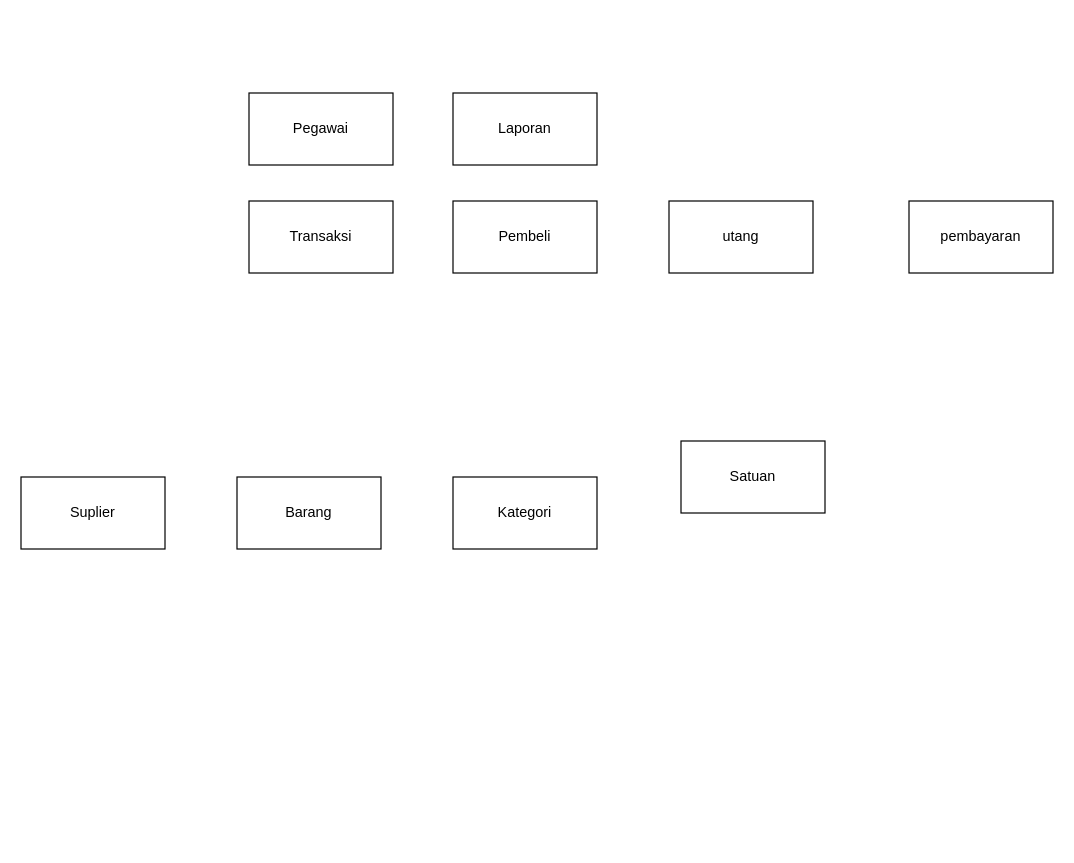
Earlier version of the draw.io diagram Untitled Diagram.drawio (exceldeo/tugas-sbd-d-fp). Source tidied: cells renumbered, new cells numbered last; positions are measured from the earlier drawing's top-left corner, leaving out a move shared by most shapes. Both pictures are drawn from the tidied source at 120%, with x=0, y=0 at pixel (20, 92).
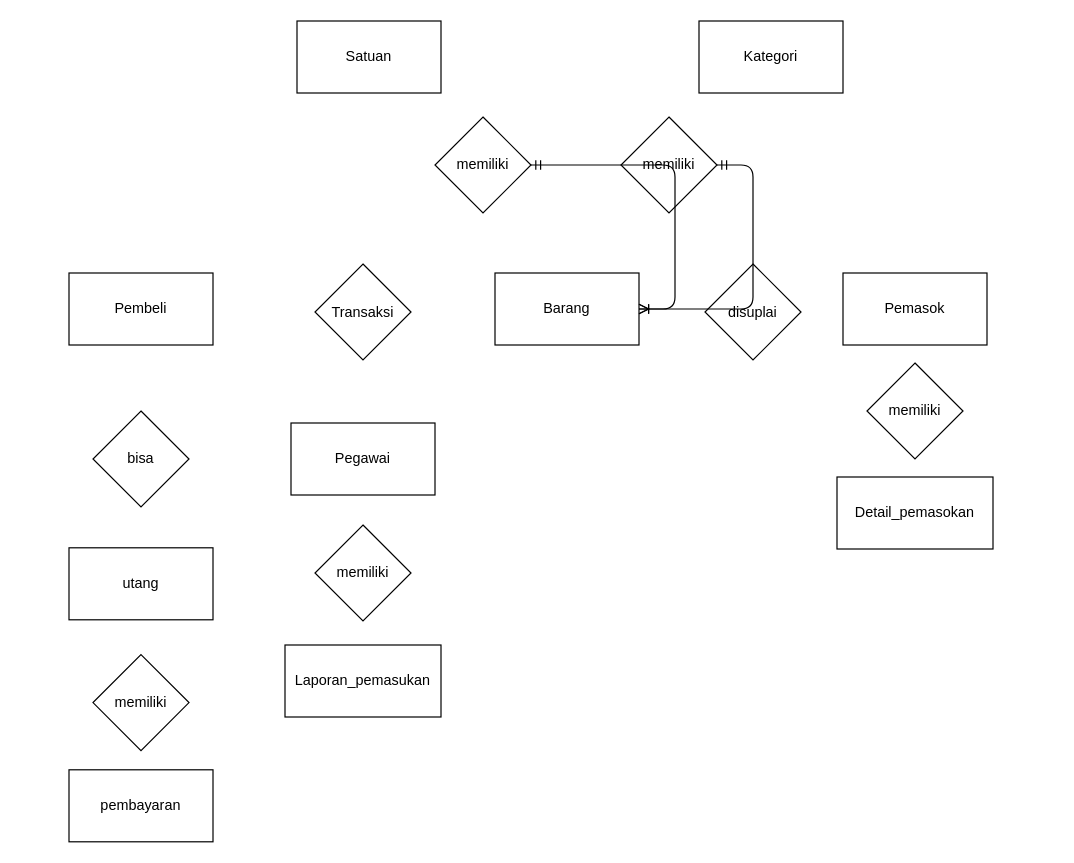
The same diagram, later.

Commit message:
menyempurnakan dengan relasinya

The edit, as a diff of the source:
```diff
@@
     <mxCell id="2" value="Pembeli" style="rounded=0;whiteSpace=wrap;html=1;" parent="1" vertex="1">
-      <mxGeometry x="360" y="90" width="120" height="60" as="geometry" />
+      <mxGeometry x="40" y="150" width="120" height="60" as="geometry" />
     </mxCell>
     <mxCell id="3" value="Barang" style="rounded=0;whiteSpace=wrap;html=1;" parent="1" vertex="1">
-      <mxGeometry x="180" y="320" width="120" height="60" as="geometry" />
+      <mxGeometry x="395" y="150" width="120" height="60" as="geometry" />
     </mxCell>
-    <mxCell id="4" value="Transaksi&lt;br&gt;" style="rounded=0;whiteSpace=wrap;html=1;" parent="1" vertex="1">
-      <mxGeometry x="190" y="90" width="120" height="60" as="geometry" />
-    </mxCell>
-    <mxCell id="5" value="Laporan" style="rounded=0;whiteSpace=wrap;html=1;" parent="1" vertex="1">
-      <mxGeometry x="360" width="120" height="60" as="geometry" />
+    <mxCell id="5" value="Detail_pemasokan" style="rounded=0;whiteSpace=wrap;html=1;" parent="1" vertex="1">
+      <mxGeometry x="680" y="320" width="130" height="60" as="geometry" />
     </mxCell>
     <mxCell id="6" value="Kategori" style="rounded=0;whiteSpace=wrap;html=1;" parent="1" vertex="1">
-      <mxGeometry x="360" y="320" width="120" height="60" as="geometry" />
+      <mxGeometry x="565" y="-60" width="120" height="60" as="geometry" />
     </mxCell>
     <mxCell id="7" value="Satuan" style="rounded=0;whiteSpace=wrap;html=1;" parent="1" vertex="1">
-      <mxGeometry x="550" y="290" width="120" height="60" as="geometry" />
+      <mxGeometry x="230" y="-60" width="120" height="60" as="geometry" />
     </mxCell>
     <mxCell id="8" value="Pegawai" style="rounded=0;whiteSpace=wrap;html=1;" parent="1" vertex="1">
-      <mxGeometry x="190" width="120" height="60" as="geometry" />
+      <mxGeometry x="225" y="275" width="120" height="60" as="geometry" />
     </mxCell>
-    <mxCell id="9" value="Suplier" style="rounded=0;whiteSpace=wrap;html=1;" parent="1" vertex="1">
-      <mxGeometry y="320" width="120" height="60" as="geometry" />
+    <mxCell id="9" value="Pemasok" style="rounded=0;whiteSpace=wrap;html=1;" parent="1" vertex="1">
+      <mxGeometry x="685" y="150" width="120" height="60" as="geometry" />
     </mxCell>
     <mxCell id="10" value="utang" style="rounded=0;whiteSpace=wrap;html=1;" parent="1" vertex="1">
-      <mxGeometry x="540" y="90" width="120" height="60" as="geometry" />
+      <mxGeometry x="40" y="379" width="120" height="60" as="geometry" />
     </mxCell>
     <mxCell id="11" value="pembayaran" style="rounded=0;whiteSpace=wrap;html=1;" parent="1" vertex="1">
-      <mxGeometry x="740" y="90" width="120" height="60" as="geometry" />
+      <mxGeometry x="40" y="564" width="120" height="60" as="geometry" />
     </mxCell>
+    <mxCell id="12" value="memiliki" style="rhombus;whiteSpace=wrap;html=1;" parent="1" vertex="1">
+      <mxGeometry x="345" y="20" width="80" height="80" as="geometry" />
+    </mxCell>
+    <mxCell id="13" value="Laporan_pemasukan" style="rounded=0;whiteSpace=wrap;html=1;" parent="1" vertex="1">
+      <mxGeometry x="220" y="460" width="130" height="60" as="geometry" />
+    </mxCell>
+    <mxCell id="14" value="memiliki" style="rhombus;whiteSpace=wrap;html=1;" parent="1" vertex="1">
+      <mxGeometry x="500" y="20" width="80" height="80" as="geometry" />
+    </mxCell>
+    <mxCell id="15" value="disuplai" style="rhombus;whiteSpace=wrap;html=1;" parent="1" vertex="1">
+      <mxGeometry x="570" y="142.5" width="80" height="80" as="geometry" />
+    </mxCell>
+    <mxCell id="16" value="memiliki" style="rhombus;whiteSpace=wrap;html=1;" parent="1" vertex="1">
+      <mxGeometry x="705" y="225" width="80" height="80" as="geometry" />
+    </mxCell>
+    <mxCell id="4" value="Transaksi" style="rhombus;whiteSpace=wrap;html=1;" parent="1" vertex="1">
+      <mxGeometry x="245" y="142.5" width="80" height="80" as="geometry" />
+    </mxCell>
+    <mxCell id="17" value="memiliki" style="rhombus;whiteSpace=wrap;html=1;" parent="1" vertex="1">
+      <mxGeometry x="245" y="360" width="80" height="80" as="geometry" />
+    </mxCell>
+    <mxCell id="18" value="memiliki" style="rhombus;whiteSpace=wrap;html=1;" parent="1" vertex="1">
+      <mxGeometry x="60" y="468" width="80" height="80" as="geometry" />
+    </mxCell>
+    <mxCell id="19" value="bisa" style="rhombus;whiteSpace=wrap;html=1;" parent="1" vertex="1">
+      <mxGeometry x="60" y="265" width="80" height="80" as="geometry" />
+    </mxCell>
+    <mxCell id="20" style="edgeStyle=entityRelationEdgeStyle;fontSize=12;html=1;endArrow=ERoneToMany;startArrow=ERmandOne;" parent="1" edge="1" source="14" target="3">
+      <mxGeometry relative="1" as="geometry" />
+    </mxCell>
+    <mxCell id="21" style="edgeStyle=entityRelationEdgeStyle;fontSize=12;html=1;endArrow=ERoneToMany;startArrow=ERmandOne;" parent="1" edge="1" source="12" target="3">
+      <mxGeometry relative="1" as="geometry" />
+    </mxCell>
```
